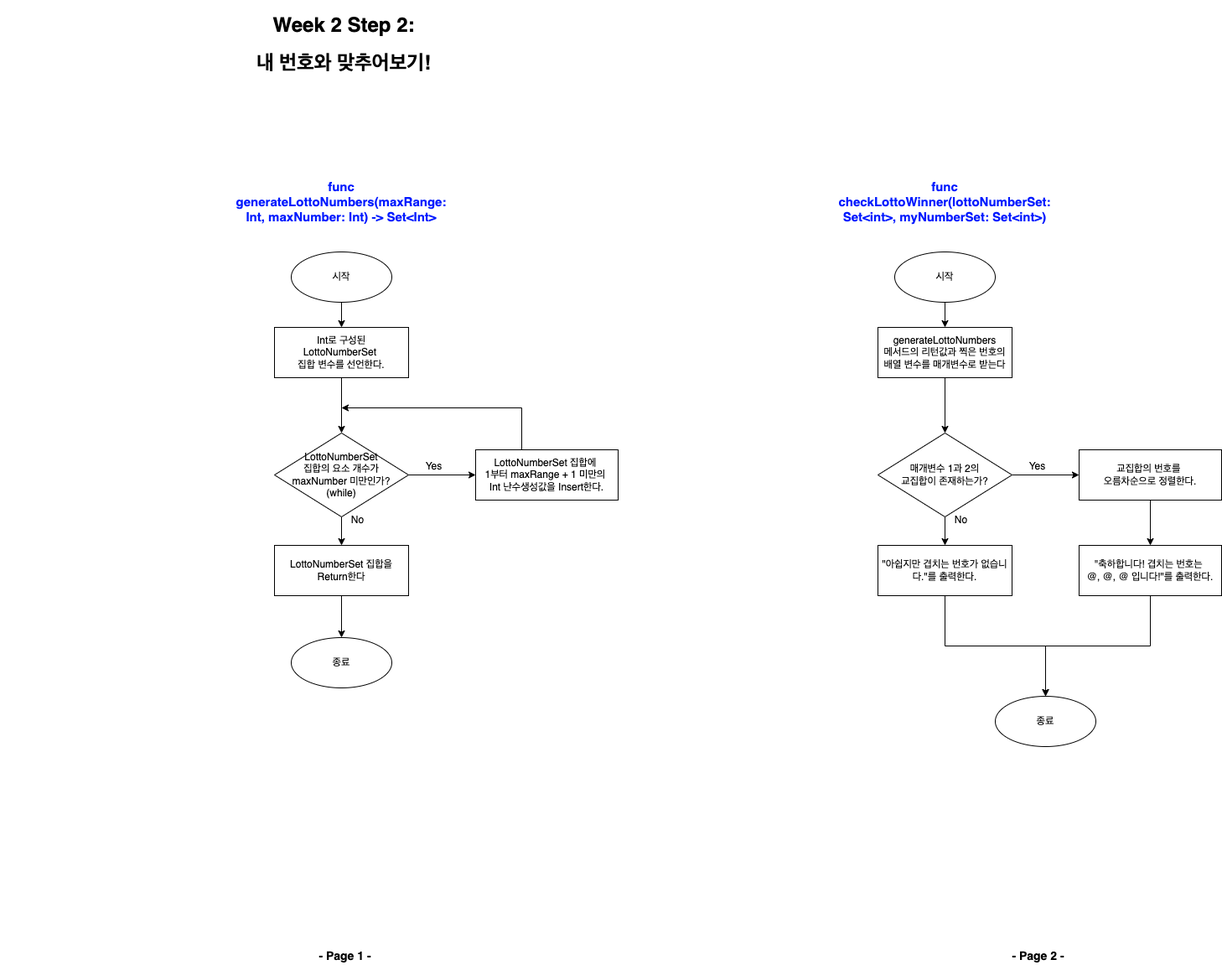
This is week2_step2_checkLottoWinner_Flowchart.png from yagom-academy/swift-starter-Round2, a draw.io export, as it was before one commit. Source tidied: cells renumbered, new cells last; positions are measured from the earlier drawing's top-left corner, leaving out a move shared by most shapes. The source it was exported from:
```xml
<mxGraphModel background="#ffffff">
  <root>
    <mxCell id="0" />
    <mxCell id="1" parent="0" />
    <mxCell id="2" value="&lt;h1&gt;Week 2 Step 2:&lt;/h1&gt;&lt;h1&gt;내 번호와 맞추어보기!&lt;/h1&gt;" style="text;html=1;strokeColor=none;fillColor=none;spacing=5;spacingTop=-20;whiteSpace=wrap;overflow=hidden;rounded=0;align=center;" parent="1" vertex="1">
      <mxGeometry width="820" height="90" as="geometry" />
    </mxCell>
    <mxCell id="3" style="edgeStyle=orthogonalEdgeStyle;rounded=0;jettySize=auto;html=1;" parent="1" edge="1" source="4" target="6">
      <mxGeometry relative="1" as="geometry" />
    </mxCell>
    <mxCell id="4" value="시작" style="ellipse;whiteSpace=wrap;html=1;" parent="1" vertex="1">
      <mxGeometry x="347" y="290" width="120" height="60" as="geometry" />
    </mxCell>
    <mxCell id="5" style="edgeStyle=orthogonalEdgeStyle;rounded=0;jettySize=auto;html=1;exitX=0.5;exitY=1;exitDx=0;exitDy=0;entryX=0.5;entryY=0;entryDx=0;entryDy=0;" parent="1" edge="1" source="6" target="9">
      <mxGeometry relative="1" as="geometry" />
    </mxCell>
    <mxCell id="6" value="Int로 구성된&lt;br&gt;LottoNumberSet &lt;br&gt;집합 변수를 선언한다." style="whiteSpace=wrap;html=1;" parent="1" vertex="1">
      <mxGeometry x="327" y="380" width="160" height="60" as="geometry" />
    </mxCell>
    <mxCell id="7" style="edgeStyle=orthogonalEdgeStyle;rounded=0;jettySize=auto;html=1;entryX=0.5;entryY=0;entryDx=0;entryDy=0;" parent="1" edge="1" source="9" target="16">
      <mxGeometry relative="1" as="geometry" />
    </mxCell>
    <mxCell id="8" style="edgeStyle=orthogonalEdgeStyle;rounded=0;jettySize=auto;html=1;exitX=1;exitY=0.5;exitDx=0;exitDy=0;entryX=0;entryY=0.5;entryDx=0;entryDy=0;" parent="1" edge="1" source="9" target="11">
      <mxGeometry relative="1" as="geometry" />
    </mxCell>
    <mxCell id="9" value="LottoNumberSet&lt;br&gt;집합의 요소 개수가&lt;br&gt;maxNumber 미만인가?&lt;br&gt;(while)" style="rhombus;whiteSpace=wrap;html=1;" parent="1" vertex="1">
      <mxGeometry x="327" y="506" width="160" height="100" as="geometry" />
    </mxCell>
    <mxCell id="10" style="edgeStyle=orthogonalEdgeStyle;rounded=0;jettySize=auto;html=1;exitX=0.5;exitY=0;exitDx=0;exitDy=0;" parent="1" edge="1" source="11">
      <mxGeometry relative="1" as="geometry">
        <mxPoint x="407" y="476" as="targetPoint" />
        <Array as="points">
          <mxPoint x="622" y="476" />
        </Array>
      </mxGeometry>
    </mxCell>
    <mxCell id="11" value="LottoNumberSet 집합에 &lt;br&gt;1부터 maxRange + 1 미만의 &lt;br&gt;Int 난수생성값을 Insert한다." style="whiteSpace=wrap;html=1;" parent="1" vertex="1">
      <mxGeometry x="567" y="526" width="170" height="60" as="geometry" />
    </mxCell>
    <mxCell id="12" value="Yes" style="text;html=1;align=center;verticalAlign=middle;strokeColor=none;fillColor=none;" parent="1" vertex="1">
      <mxGeometry x="497" y="536" width="40" height="20" as="geometry" />
    </mxCell>
    <mxCell id="13" value="No" style="text;html=1;align=center;verticalAlign=middle;strokeColor=none;fillColor=none;" parent="1" vertex="1">
      <mxGeometry x="411" y="600" width="30" height="20" as="geometry" />
    </mxCell>
    <mxCell id="14" value="func generateLottoNumbers(maxRange: Int, maxNumber: Int) -&amp;gt; Set&amp;lt;Int&amp;gt;" style="text;html=1;strokeColor=none;fillColor=none;align=center;verticalAlign=middle;whiteSpace=wrap;rounded=0;fontSize=15;fontStyle=1;fontColor=#001AFF;" parent="1" vertex="1">
      <mxGeometry x="307" y="200" width="200" height="60" as="geometry" />
    </mxCell>
    <mxCell id="15" style="edgeStyle=orthogonalEdgeStyle;rounded=0;jettySize=auto;html=1;exitX=0.5;exitY=1;exitDx=0;exitDy=0;entryX=0.5;entryY=0;entryDx=0;entryDy=0;" parent="1" edge="1" source="16" target="17">
      <mxGeometry relative="1" as="geometry" />
    </mxCell>
    <mxCell id="16" value="LottoNumberSet 집합을&lt;br&gt;Return한다" style="whiteSpace=wrap;html=1;" parent="1" vertex="1">
      <mxGeometry x="327" y="640" width="160" height="60" as="geometry" />
    </mxCell>
    <mxCell id="17" value="종료" style="ellipse;whiteSpace=wrap;html=1;" parent="1" vertex="1">
      <mxGeometry x="347" y="750" width="120" height="60" as="geometry" />
    </mxCell>
    <mxCell id="18" style="edgeStyle=orthogonalEdgeStyle;rounded=0;jettySize=auto;html=1;" parent="1" edge="1" source="19" target="21">
      <mxGeometry relative="1" as="geometry" />
    </mxCell>
    <mxCell id="19" value="시작" style="ellipse;whiteSpace=wrap;html=1;" parent="1" vertex="1">
      <mxGeometry x="1067" y="290" width="120" height="60" as="geometry" />
    </mxCell>
    <mxCell id="20" style="edgeStyle=orthogonalEdgeStyle;rounded=0;jettySize=auto;html=1;exitX=0.5;exitY=1;exitDx=0;exitDy=0;entryX=0.5;entryY=0;entryDx=0;entryDy=0;" parent="1" edge="1" source="21" target="24">
      <mxGeometry relative="1" as="geometry" />
    </mxCell>
    <mxCell id="21" value="generateLottoNumbers&lt;br&gt;메서드의 리턴값과 찍은 번호의 배열 변수를 매개변수로 받는다" style="whiteSpace=wrap;html=1;" parent="1" vertex="1">
      <mxGeometry x="1047" y="380" width="160" height="60" as="geometry" />
    </mxCell>
    <mxCell id="22" style="edgeStyle=orthogonalEdgeStyle;rounded=0;jettySize=auto;html=1;entryX=0.5;entryY=0;entryDx=0;entryDy=0;" parent="1" edge="1" source="24" target="31">
      <mxGeometry relative="1" as="geometry" />
    </mxCell>
    <mxCell id="23" style="edgeStyle=orthogonalEdgeStyle;rounded=0;jettySize=auto;html=1;exitX=1;exitY=0.5;exitDx=0;exitDy=0;entryX=0;entryY=0.5;entryDx=0;entryDy=0;" parent="1" edge="1" source="24" target="26">
      <mxGeometry relative="1" as="geometry" />
    </mxCell>
    <mxCell id="24" value="매개변수 1과 2의&lt;br&gt;교집합이 존재하는가?" style="rhombus;whiteSpace=wrap;html=1;" parent="1" vertex="1">
      <mxGeometry x="1047" y="506" width="160" height="100" as="geometry" />
    </mxCell>
    <mxCell id="25" style="edgeStyle=orthogonalEdgeStyle;rounded=0;jettySize=auto;html=1;" parent="1" edge="1" source="26" target="34">
      <mxGeometry relative="1" as="geometry" />
    </mxCell>
    <mxCell id="26" value="교집합의 번호를 &lt;br&gt;오름차순으로 정렬한다." style="whiteSpace=wrap;html=1;" parent="1" vertex="1">
      <mxGeometry x="1287" y="526" width="170" height="60" as="geometry" />
    </mxCell>
    <mxCell id="27" value="Yes" style="text;html=1;align=center;verticalAlign=middle;strokeColor=none;fillColor=none;" parent="1" vertex="1">
      <mxGeometry x="1217" y="536" width="40" height="20" as="geometry" />
    </mxCell>
    <mxCell id="28" value="No" style="text;html=1;align=center;verticalAlign=middle;strokeColor=none;fillColor=none;" parent="1" vertex="1">
      <mxGeometry x="1131" y="600" width="30" height="20" as="geometry" />
    </mxCell>
    <mxCell id="29" value="func checkLottoWinner(lottoNumberSet: Set&amp;lt;int&amp;gt;, myNumberSet: Set&amp;lt;int&amp;gt;)" style="text;html=1;strokeColor=none;fillColor=none;align=center;verticalAlign=middle;whiteSpace=wrap;rounded=0;fontSize=15;fontStyle=1;fontColor=#001AFF;" parent="1" vertex="1">
      <mxGeometry x="1027" y="200" width="200" height="60" as="geometry" />
    </mxCell>
    <mxCell id="30" style="edgeStyle=orthogonalEdgeStyle;rounded=0;jettySize=auto;html=1;exitX=0.5;exitY=1;exitDx=0;exitDy=0;entryX=0.5;entryY=0;entryDx=0;entryDy=0;" parent="1" edge="1" source="31" target="32">
      <mxGeometry relative="1" as="geometry" />
    </mxCell>
    <mxCell id="31" value="&quot;아쉽지만 겹치는 번호가 없습니다.&quot;를 출력한다." style="whiteSpace=wrap;html=1;" parent="1" vertex="1">
      <mxGeometry x="1047" y="640" width="160" height="60" as="geometry" />
    </mxCell>
    <mxCell id="32" value="종료" style="ellipse;whiteSpace=wrap;html=1;" parent="1" vertex="1">
      <mxGeometry x="1187" y="820" width="120" height="60" as="geometry" />
    </mxCell>
    <mxCell id="33" style="edgeStyle=orthogonalEdgeStyle;rounded=0;jettySize=auto;html=1;exitX=0.5;exitY=1;exitDx=0;exitDy=0;entryX=0.5;entryY=0;entryDx=0;entryDy=0;" parent="1" edge="1" source="34" target="32">
      <mxGeometry relative="1" as="geometry" />
    </mxCell>
    <mxCell id="34" value="&quot;축하합니다! 겹치는 번호는 &lt;br&gt;@, @, @ 입니다!&quot;를 출력한다." style="whiteSpace=wrap;html=1;" parent="1" vertex="1">
      <mxGeometry x="1287" y="640" width="170" height="60" as="geometry" />
    </mxCell>
    <mxCell id="35" value="&lt;font style=&quot;font-size: 14px&quot;&gt;&lt;b&gt;- Page 1 -&lt;/b&gt;&lt;/font&gt;" style="text;html=1;align=center;verticalAlign=middle;strokeColor=none;fillColor=none;" parent="1" vertex="1">
      <mxGeometry x="371" y="1120" width="80" height="20" as="geometry" />
    </mxCell>
    <mxCell id="36" value="&lt;font style=&quot;font-size: 14px&quot;&gt;&lt;b&gt;- Page 2 -&lt;/b&gt;&lt;/font&gt;" style="text;html=1;align=center;verticalAlign=middle;strokeColor=none;fillColor=none;" parent="1" vertex="1">
      <mxGeometry x="1198" y="1120" width="80" height="20" as="geometry" />
    </mxCell>
  </root>
</mxGraphModel>
```
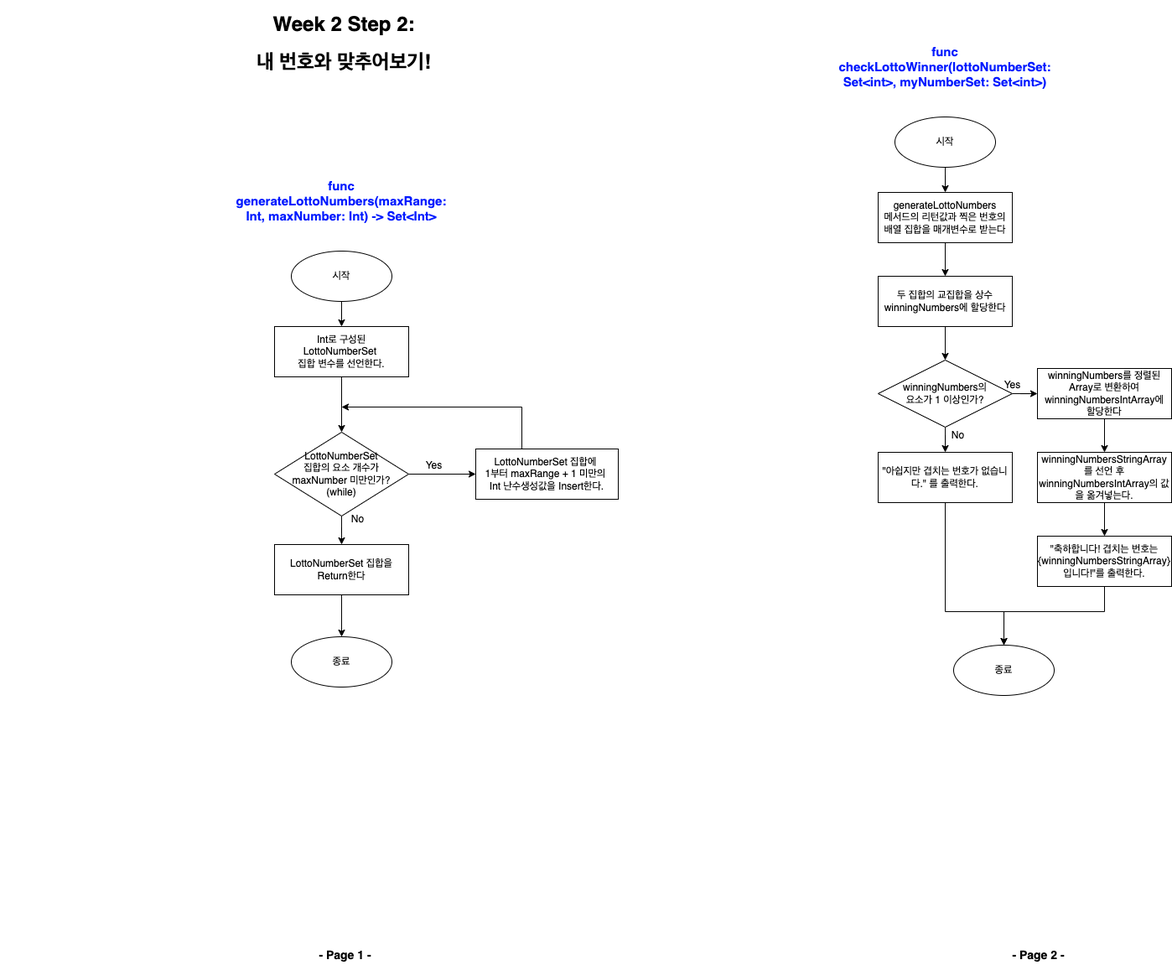
Above is the later version.

Commit message:
[UPDATE] Week 2 Step 2 Flowchart 업데이트 및 코드 작성 완료

What changed in the source:
```diff
@@ -59,58 +59,80 @@
       <mxGeometry relative="1" as="geometry" />
     </mxCell>
     <mxCell id="19" value="시작" style="ellipse;whiteSpace=wrap;html=1;" parent="1" vertex="1">
-      <mxGeometry x="1067" y="290" width="120" height="60" as="geometry" />
+      <mxGeometry x="1067" y="130" width="120" height="60" as="geometry" />
     </mxCell>
-    <mxCell id="20" style="edgeStyle=orthogonalEdgeStyle;rounded=0;jettySize=auto;html=1;exitX=0.5;exitY=1;exitDx=0;exitDy=0;entryX=0.5;entryY=0;entryDx=0;entryDy=0;" parent="1" edge="1" source="21" target="24">
-      <mxGeometry relative="1" as="geometry" />
-    </mxCell>
+    <mxCell id="37" style="edgeStyle=orthogonalEdgeStyle;rounded=0;jettySize=auto;html=1;" parent="1" edge="1" source="21" target="41">
+      <mxGeometry relative="1" as="geometry" />
+    </mxCell>
-    <mxCell id="21" value="generateLottoNumbers&lt;br&gt;메서드의 리턴값과 찍은 번호의 배열 변수를 매개변수로 받는다" style="whiteSpace=wrap;html=1;" parent="1" vertex="1">
-      <mxGeometry x="1047" y="380" width="160" height="60" as="geometry" />
+    <mxCell id="21" value="generateLottoNumbers&lt;br&gt;메서드의 리턴값과 찍은 번호의 배열 집합을 매개변수로 받는다" style="whiteSpace=wrap;html=1;" parent="1" vertex="1">
+      <mxGeometry x="1047" y="220" width="160" height="60" as="geometry" />
     </mxCell>
-    <mxCell id="22" style="edgeStyle=orthogonalEdgeStyle;rounded=0;jettySize=auto;html=1;entryX=0.5;entryY=0;entryDx=0;entryDy=0;" parent="1" edge="1" source="24" target="31">
-      <mxGeometry relative="1" as="geometry" />
-    </mxCell>
-    <mxCell id="23" style="edgeStyle=orthogonalEdgeStyle;rounded=0;jettySize=auto;html=1;exitX=1;exitY=0.5;exitDx=0;exitDy=0;entryX=0;entryY=0.5;entryDx=0;entryDy=0;" parent="1" edge="1" source="24" target="26">
-      <mxGeometry relative="1" as="geometry" />
-    </mxCell>
-    <mxCell id="24" value="매개변수 1과 2의&lt;br&gt;교집합이 존재하는가?" style="rhombus;whiteSpace=wrap;html=1;" parent="1" vertex="1">
-      <mxGeometry x="1047" y="506" width="160" height="100" as="geometry" />
-    </mxCell>
-    <mxCell id="25" style="edgeStyle=orthogonalEdgeStyle;rounded=0;jettySize=auto;html=1;" parent="1" edge="1" source="26" target="34">
-      <mxGeometry relative="1" as="geometry" />
-    </mxCell>
-    <mxCell id="26" value="교집합의 번호를 &lt;br&gt;오름차순으로 정렬한다." style="whiteSpace=wrap;html=1;" parent="1" vertex="1">
-      <mxGeometry x="1287" y="526" width="170" height="60" as="geometry" />
-    </mxCell>
+    <mxCell id="29" value="func checkLottoWinner(lottoNumberSet: Set&amp;lt;int&amp;gt;, myNumberSet: Set&amp;lt;int&amp;gt;)" style="text;html=1;strokeColor=none;fillColor=none;align=center;verticalAlign=middle;whiteSpace=wrap;rounded=0;fontSize=15;fontStyle=1;fontColor=#001AFF;" parent="1" vertex="1">
+      <mxGeometry x="1027" y="40" width="200" height="60" as="geometry" />
+    </mxCell>
+    <mxCell id="32" value="종료" style="ellipse;whiteSpace=wrap;html=1;" parent="1" vertex="1">
+      <mxGeometry x="1137" y="760" width="120" height="60" as="geometry" />
+    </mxCell>
+    <mxCell id="35" value="&lt;font style=&quot;font-size: 14px&quot;&gt;&lt;b&gt;- Page 1 -&lt;/b&gt;&lt;/font&gt;" style="text;html=1;align=center;verticalAlign=middle;strokeColor=none;fillColor=none;" parent="1" vertex="1">
+      <mxGeometry x="371" y="1120" width="80" height="20" as="geometry" />
+    </mxCell>
+    <mxCell id="36" value="&lt;font style=&quot;font-size: 14px&quot;&gt;&lt;b&gt;- Page 2 -&lt;/b&gt;&lt;/font&gt;" style="text;html=1;align=center;verticalAlign=middle;strokeColor=none;fillColor=none;" parent="1" vertex="1">
+      <mxGeometry x="1198" y="1120" width="80" height="20" as="geometry" />
+    </mxCell>
+    <mxCell id="38" style="edgeStyle=orthogonalEdgeStyle;rounded=0;jettySize=auto;html=1;exitX=0.5;exitY=1;exitDx=0;exitDy=0;entryX=0.5;entryY=0;entryDx=0;entryDy=0;" parent="1" edge="1" source="39" target="48">
+      <mxGeometry relative="1" as="geometry" />
+    </mxCell>
+    <mxCell id="39" value="winningNumbersStringArray를 선언 후 winningNumbersIntArray의 값을 옮겨넣는다." style="whiteSpace=wrap;html=1;" parent="1" vertex="1">
+      <mxGeometry x="1237" y="530" width="160" height="60" as="geometry" />
+    </mxCell>
+    <mxCell id="40" style="edgeStyle=orthogonalEdgeStyle;rounded=0;jettySize=auto;html=1;" parent="1" edge="1" source="41" target="44">
+      <mxGeometry relative="1" as="geometry" />
+    </mxCell>
+    <mxCell id="41" value="두 집합의 교집합을 상수&lt;br&gt;winningNumbers에 할당한다" style="whiteSpace=wrap;html=1;" parent="1" vertex="1">
+      <mxGeometry x="1047" y="320" width="160" height="60" as="geometry" />
+    </mxCell>
+    <mxCell id="42" style="edgeStyle=orthogonalEdgeStyle;rounded=0;jettySize=auto;html=1;" parent="1" edge="1" source="44" target="46">
+      <mxGeometry relative="1" as="geometry" />
+    </mxCell>
+    <mxCell id="43" style="edgeStyle=orthogonalEdgeStyle;rounded=0;jettySize=auto;html=1;" parent="1" edge="1" source="44" target="50">
+      <mxGeometry relative="1" as="geometry" />
+    </mxCell>
+    <mxCell id="44" value="winningNumbers의&lt;br&gt;요소가 1 이상인가?" style="rhombus;whiteSpace=wrap;html=1;" parent="1" vertex="1">
+      <mxGeometry x="1047" y="420" width="160" height="80" as="geometry" />
+    </mxCell>
+    <mxCell id="45" style="edgeStyle=orthogonalEdgeStyle;rounded=0;jettySize=auto;html=1;exitX=0.5;exitY=1;exitDx=0;exitDy=0;entryX=0.5;entryY=0;entryDx=0;entryDy=0;" parent="1" edge="1" source="46" target="39">
+      <mxGeometry relative="1" as="geometry" />
+    </mxCell>
+    <mxCell id="46" value="winningNumbers를 정렬된 Array로 변환하여&lt;br&gt;winningNumbersIntArray에&lt;br&gt;할당한다" style="whiteSpace=wrap;html=1;" parent="1" vertex="1">
+      <mxGeometry x="1237" y="430" width="160" height="60" as="geometry" />
+    </mxCell>
+    <mxCell id="47" style="edgeStyle=orthogonalEdgeStyle;rounded=0;jettySize=auto;html=1;exitX=0.5;exitY=1;exitDx=0;exitDy=0;entryX=0.5;entryY=0;entryDx=0;entryDy=0;" parent="1" edge="1" source="48" target="32">
+      <mxGeometry relative="1" as="geometry">
+        <Array as="points">
+          <mxPoint x="1317" y="720" />
+          <mxPoint x="1197" y="720" />
+        </Array>
+      </mxGeometry>
+    </mxCell>
+    <mxCell id="48" value="&quot;축하합니다! 겹치는 번호는 {winningNumbersStringArray} 입니다!&quot;를 출력한다." style="whiteSpace=wrap;html=1;" parent="1" vertex="1">
+      <mxGeometry x="1237" y="630" width="160" height="60" as="geometry" />
+    </mxCell>
+    <mxCell id="49" style="edgeStyle=orthogonalEdgeStyle;rounded=0;jettySize=auto;html=1;exitX=0.5;exitY=1;exitDx=0;exitDy=0;entryX=0.5;entryY=0;entryDx=0;entryDy=0;" parent="1" edge="1" source="50" target="32">
+      <mxGeometry relative="1" as="geometry">
+        <Array as="points">
+          <mxPoint x="1127" y="720" />
+          <mxPoint x="1197" y="720" />
+        </Array>
+      </mxGeometry>
+    </mxCell>
+    <mxCell id="50" value="&quot;아쉽지만 겹치는 번호가 없습니다.&quot; 를 출력한다." style="whiteSpace=wrap;html=1;" parent="1" vertex="1">
+      <mxGeometry x="1047" y="530" width="160" height="60" as="geometry" />
+    </mxCell>
     <mxCell id="27" value="Yes" style="text;html=1;align=center;verticalAlign=middle;strokeColor=none;fillColor=none;" parent="1" vertex="1">
-      <mxGeometry x="1217" y="536" width="40" height="20" as="geometry" />
+      <mxGeometry x="1187" y="440" width="40" height="20" as="geometry" />
     </mxCell>
     <mxCell id="28" value="No" style="text;html=1;align=center;verticalAlign=middle;strokeColor=none;fillColor=none;" parent="1" vertex="1">
-      <mxGeometry x="1131" y="600" width="30" height="20" as="geometry" />
+      <mxGeometry x="1127" y="500" width="30" height="20" as="geometry" />
     </mxCell>
-    <mxCell id="29" value="func checkLottoWinner(lottoNumberSet: Set&amp;lt;int&amp;gt;, myNumberSet: Set&amp;lt;int&amp;gt;)" style="text;html=1;strokeColor=none;fillColor=none;align=center;verticalAlign=middle;whiteSpace=wrap;rounded=0;fontSize=15;fontStyle=1;fontColor=#001AFF;" parent="1" vertex="1">
-      <mxGeometry x="1027" y="200" width="200" height="60" as="geometry" />
-    </mxCell>
-    <mxCell id="30" style="edgeStyle=orthogonalEdgeStyle;rounded=0;jettySize=auto;html=1;exitX=0.5;exitY=1;exitDx=0;exitDy=0;entryX=0.5;entryY=0;entryDx=0;entryDy=0;" parent="1" edge="1" source="31" target="32">
-      <mxGeometry relative="1" as="geometry" />
-    </mxCell>
-    <mxCell id="31" value="&quot;아쉽지만 겹치는 번호가 없습니다.&quot;를 출력한다." style="whiteSpace=wrap;html=1;" parent="1" vertex="1">
-      <mxGeometry x="1047" y="640" width="160" height="60" as="geometry" />
-    </mxCell>
-    <mxCell id="32" value="종료" style="ellipse;whiteSpace=wrap;html=1;" parent="1" vertex="1">
-      <mxGeometry x="1187" y="820" width="120" height="60" as="geometry" />
-    </mxCell>
-    <mxCell id="33" style="edgeStyle=orthogonalEdgeStyle;rounded=0;jettySize=auto;html=1;exitX=0.5;exitY=1;exitDx=0;exitDy=0;entryX=0.5;entryY=0;entryDx=0;entryDy=0;" parent="1" edge="1" source="34" target="32">
-      <mxGeometry relative="1" as="geometry" />
-    </mxCell>
-    <mxCell id="34" value="&quot;축하합니다! 겹치는 번호는 &lt;br&gt;@, @, @ 입니다!&quot;를 출력한다." style="whiteSpace=wrap;html=1;" parent="1" vertex="1">
-      <mxGeometry x="1287" y="640" width="170" height="60" as="geometry" />
-    </mxCell>
-    <mxCell id="35" value="&lt;font style=&quot;font-size: 14px&quot;&gt;&lt;b&gt;- Page 1 -&lt;/b&gt;&lt;/font&gt;" style="text;html=1;align=center;verticalAlign=middle;strokeColor=none;fillColor=none;" parent="1" vertex="1">
-      <mxGeometry x="371" y="1120" width="80" height="20" as="geometry" />
-    </mxCell>
-    <mxCell id="36" value="&lt;font style=&quot;font-size: 14px&quot;&gt;&lt;b&gt;- Page 2 -&lt;/b&gt;&lt;/font&gt;" style="text;html=1;align=center;verticalAlign=middle;strokeColor=none;fillColor=none;" parent="1" vertex="1">
-      <mxGeometry x="1198" y="1120" width="80" height="20" as="geometry" />
-    </mxCell>
   </root>
 </mxGraphModel>
```
